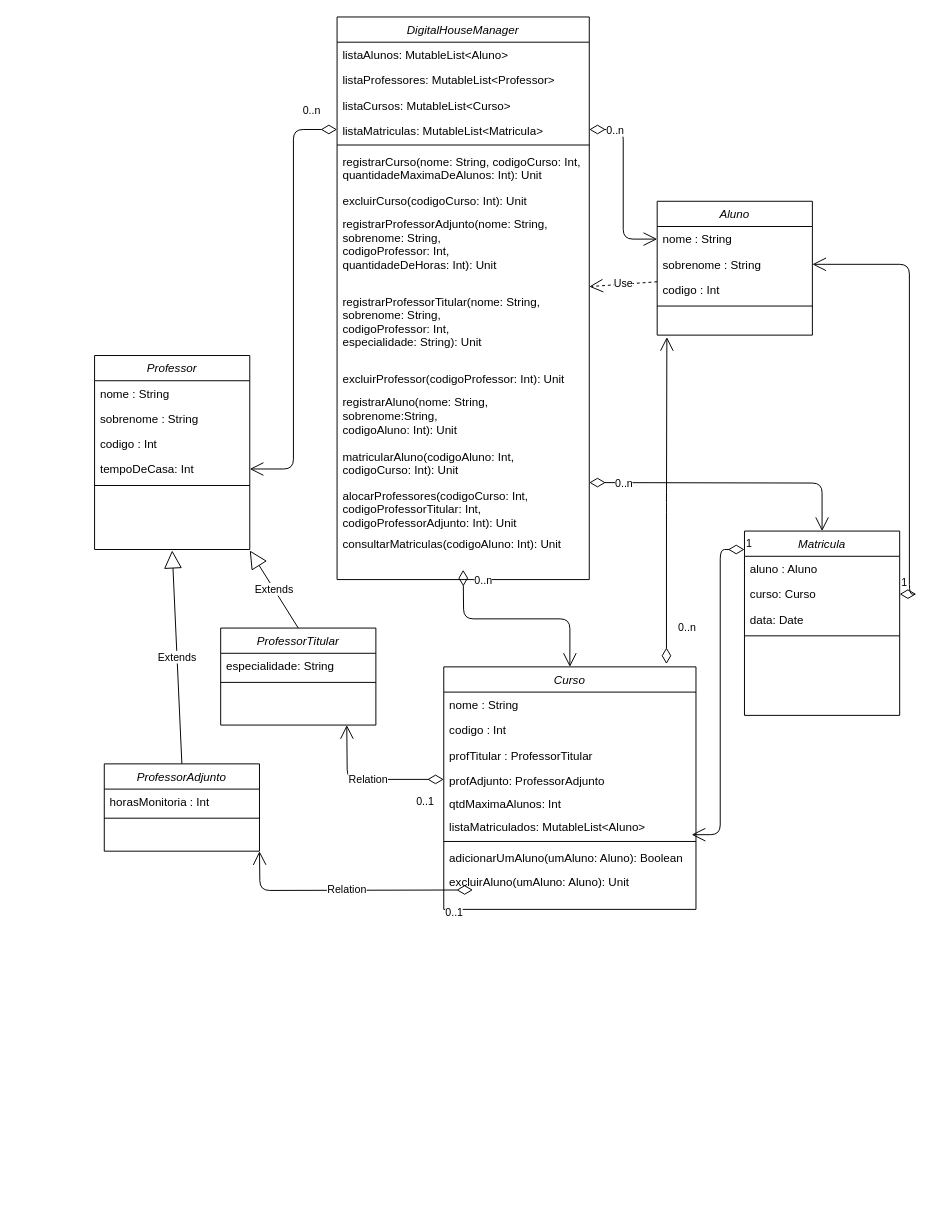
Earlier version of the draw.io diagram ProjetoKotlin.drawio (ldcsales/ProjetoKotlin). Source tidied: cells renumbered, new cells numbered last; positions are measured from the earlier drawing's top-left corner, leaving out a move shared by most shapes. Both pictures are drawn from the tidied source at 97%, with x=0, y=0 at pixel (94, 16).
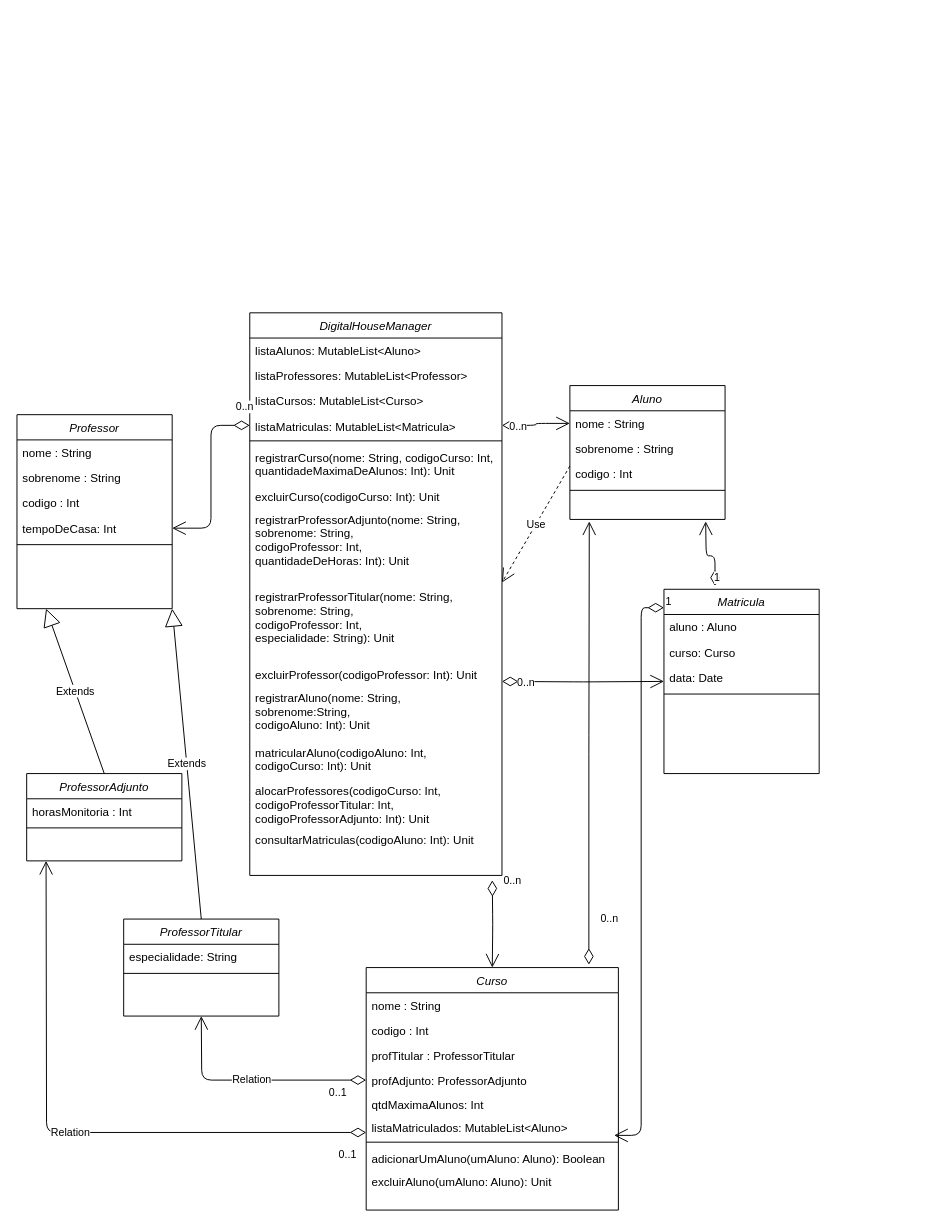
Above is the later version.

Commit message:
UML Atualizado

The change refers to these unchanged cells:
```xml
<mxCell id="6" value="profAdjunto: ProfessorAdjunto&#10;&#10;" style="text;align=left;verticalAlign=top;spacingLeft=4;spacingRight=4;overflow=hidden;points=[[0,0.5],[1,0.5]];portConstraint=eastwest;rounded=0;shadow=0;html=0;" parent="2" vertex="1">
  <mxGeometry y="104" width="260" height="24" as="geometry" />
</mxCell>
<mxCell id="8" value="listaMatriculados: MutableList&lt;Aluno&gt;&#10;&#10;" style="text;align=left;verticalAlign=top;spacingLeft=4;spacingRight=4;overflow=hidden;points=[[0,0.5],[1,0.5]];portConstraint=eastwest;rounded=0;shadow=0;html=0;" parent="2" vertex="1">
  <mxGeometry y="152" width="260" height="24" as="geometry" />
</mxCell>
<mxCell id="20" value="sobrenome : String&#10;" style="text;align=left;verticalAlign=top;spacingLeft=4;spacingRight=4;overflow=hidden;points=[[0,0.5],[1,0.5]];portConstraint=eastwest;rounded=0;shadow=0;html=0;" parent="18" vertex="1">
  <mxGeometry y="52" width="160" height="26" as="geometry" />
</mxCell>
<mxCell id="38" value="curso: Curso&#10;" style="text;align=left;verticalAlign=top;spacingLeft=4;spacingRight=4;overflow=hidden;points=[[0,0.5],[1,0.5]];portConstraint=eastwest;rounded=0;shadow=0;html=0;" parent="36" vertex="1">
  <mxGeometry y="52" width="160" height="26" as="geometry" />
</mxCell>
```

The edit, as a diff of the source:
```diff
@@
     <mxCell id="2" value="Curso" style="swimlane;fontStyle=2;align=center;verticalAlign=top;horizontal=1;startSize=26;rounded=0;shadow=0;strokeWidth=1;" parent="1" vertex="1">
-      <mxGeometry x="360" y="670" width="260" height="250" as="geometry" />
+      <mxGeometry x="280" y="980" width="260" height="250" as="geometry" />
     </mxCell>
@@
     <mxCell id="12" value="Professor" style="swimlane;fontStyle=2;align=center;verticalAlign=top;horizontal=1;startSize=26;rounded=0;shadow=0;strokeWidth=1;" parent="1" vertex="1">
-      <mxGeometry y="349" width="160" height="200" as="geometry" />
+      <mxGeometry x="-80" y="410" width="160" height="200" as="geometry" />
     </mxCell>
@@
     <mxCell id="18" value="Aluno" style="swimlane;fontStyle=2;align=center;verticalAlign=top;horizontal=1;startSize=26;rounded=0;shadow=0;strokeWidth=1;" parent="1" vertex="1">
-      <mxGeometry x="580" y="190" width="160" height="138" as="geometry" />
+      <mxGeometry x="490" y="380" width="160" height="138" as="geometry" />
     </mxCell>
@@
     <mxCell id="23" value="ProfessorTitular" style="swimlane;fontStyle=2;align=center;verticalAlign=top;horizontal=1;startSize=26;rounded=0;shadow=0;strokeWidth=1;" parent="1" vertex="1">
-      <mxGeometry x="130" y="630" width="160" height="100" as="geometry" />
+      <mxGeometry x="30" y="930" width="160" height="100" as="geometry" />
     </mxCell>
@@
     <mxCell id="26" value="ProfessorAdjunto" style="swimlane;fontStyle=2;align=center;verticalAlign=top;horizontal=1;startSize=26;rounded=0;shadow=0;strokeWidth=1;" parent="1" vertex="1">
-      <mxGeometry x="10" y="770" width="160" height="90" as="geometry" />
+      <mxGeometry x="-70" y="780" width="160" height="90" as="geometry" />
     </mxCell>
@@
     <mxCell id="29" value="Extends" style="endArrow=block;endSize=16;endFill=0;html=1;exitX=0.5;exitY=0;exitDx=0;exitDy=0;" parent="1" edge="1" source="26">
       <mxGeometry relative="1" as="geometry">
-        <mxPoint x="80" y="550" as="targetPoint" />
+        <mxPoint x="-50" y="610" as="targetPoint" />
       </mxGeometry>
     </mxCell>
-    <mxCell id="30" value="Extends" style="endArrow=block;endSize=16;endFill=0;html=1;exitX=0.5;exitY=0;exitDx=0;exitDy=0;" parent="1" edge="1" source="23">
-      <mxGeometry relative="1" as="geometry">
-        <mxPoint x="160" y="550" as="targetPoint" />
-      </mxGeometry>
+    <mxCell id="30" value="Extends" style="endArrow=block;endSize=16;endFill=0;html=1;exitX=0.5;exitY=0;exitDx=0;exitDy=0;entryX=1;entryY=1;entryDx=0;entryDy=0;" parent="1" edge="1" source="23" target="12">
+      <mxGeometry relative="1" as="geometry" />
     </mxCell>
     <mxCell id="31" value="0..n" style="endArrow=open;html=1;endSize=12;startArrow=diamondThin;startSize=14;startFill=0;edgeStyle=orthogonalEdgeStyle;align=left;verticalAlign=bottom;exitX=0.883;exitY=-0.012;exitDx=0;exitDy=0;exitPerimeter=0;" parent="1" edge="1" source="2">
       <mxGeometry x="-0.83" y="-10" relative="1" as="geometry">
-        <mxPoint x="590" y="330" as="targetPoint" />
+        <mxPoint x="510" y="520" as="targetPoint" />
       </mxGeometry>
     </mxCell>
     <mxCell id="32" value="Relation" style="endArrow=open;html=1;endSize=12;startArrow=diamondThin;startSize=14;startFill=0;edgeStyle=orthogonalEdgeStyle;exitX=0;exitY=0.5;exitDx=0;exitDy=0;" parent="1" edge="1" source="6">
       <mxGeometry relative="1" as="geometry">
-        <mxPoint x="260" y="730" as="targetPoint" />
+        <mxPoint x="110" y="1030" as="targetPoint" />
       </mxGeometry>
     </mxCell>
     <mxCell id="33" value="0..1" style="edgeLabel;html=1;align=left;verticalAlign=top;" parent="32" vertex="1">
       <mxGeometry x="-1" relative="1" as="geometry">
-        <mxPoint x="-30" y="10" as="offset" />
+        <mxPoint x="-40" as="offset" />
       </mxGeometry>
     </mxCell>
-    <mxCell id="34" value="Relation" style="endArrow=open;html=1;endSize=12;startArrow=diamondThin;startSize=14;startFill=0;edgeStyle=orthogonalEdgeStyle;" parent="1" edge="1">
+    <mxCell id="34" value="Relation" style="endArrow=open;html=1;endSize=12;startArrow=diamondThin;startSize=14;startFill=0;edgeStyle=orthogonalEdgeStyle;exitX=0;exitY=0.75;exitDx=0;exitDy=0;exitPerimeter=0;" parent="1" edge="1" source="8">
       <mxGeometry relative="1" as="geometry">
-        <mxPoint x="390" y="900" as="sourcePoint" />
-        <mxPoint x="170" y="860" as="targetPoint" />
+        <mxPoint x="-50" y="870" as="targetPoint" />
       </mxGeometry>
     </mxCell>
@@
     <mxCell id="36" value="Matricula" style="swimlane;fontStyle=2;align=center;verticalAlign=top;horizontal=1;startSize=26;rounded=0;shadow=0;strokeWidth=1;" parent="1" vertex="1">
-      <mxGeometry x="670" y="530" width="160" height="190" as="geometry" />
+      <mxGeometry x="587" y="590" width="160" height="190" as="geometry" />
     </mxCell>
@@
-    <mxCell id="41" value="1" style="endArrow=open;html=1;endSize=12;startArrow=diamondThin;startSize=14;startFill=0;edgeStyle=orthogonalEdgeStyle;align=left;verticalAlign=bottom;entryX=1;entryY=0.5;entryDx=0;entryDy=0;exitX=1;exitY=0.5;exitDx=0;exitDy=0;" parent="1" edge="1" source="38" target="20">
-      <mxGeometry x="-1" y="3" relative="1" as="geometry" />
+    <mxCell id="41" value="1" style="endArrow=open;html=1;endSize=12;startArrow=diamondThin;startSize=14;startFill=0;edgeStyle=orthogonalEdgeStyle;align=left;verticalAlign=bottom;exitX=0.329;exitY=-0.018;exitDx=0;exitDy=0;exitPerimeter=0;" parent="1" edge="1" source="36">
+      <mxGeometry x="-1" y="3" relative="1" as="geometry">
+        <mxPoint x="630" y="520" as="targetPoint" />
+      </mxGeometry>
     </mxCell>
@@
     <mxCell id="43" value="DigitalHouseManager" style="swimlane;fontStyle=2;align=center;verticalAlign=top;horizontal=1;startSize=26;rounded=0;shadow=0;strokeWidth=1;" parent="1" vertex="1">
-      <mxGeometry x="250" width="260" height="580" as="geometry" />
+      <mxGeometry x="160" y="305" width="260" height="580" as="geometry" />
     </mxCell>
@@
     <mxCell id="59" value="0..n" style="endArrow=open;html=1;endSize=12;startArrow=diamondThin;startSize=14;startFill=0;edgeStyle=orthogonalEdgeStyle;align=left;verticalAlign=bottom;" parent="1" edge="1" target="36">
       <mxGeometry x="-0.83" y="-10" relative="1" as="geometry">
-        <mxPoint x="510" y="480" as="sourcePoint" />
+        <mxPoint x="420" y="685" as="sourcePoint" />
       </mxGeometry>
     </mxCell>
     <mxCell id="60" value="0..n" style="endArrow=open;html=1;endSize=12;startArrow=diamondThin;startSize=14;startFill=0;edgeStyle=orthogonalEdgeStyle;align=left;verticalAlign=bottom;entryX=0.5;entryY=0;entryDx=0;entryDy=0;" parent="1" edge="1" target="2">
       <mxGeometry x="-0.81" y="10" relative="1" as="geometry">
-        <mxPoint x="380" y="570" as="sourcePoint" />
+        <mxPoint x="410" y="890" as="sourcePoint" />
       </mxGeometry>
     </mxCell>
```
